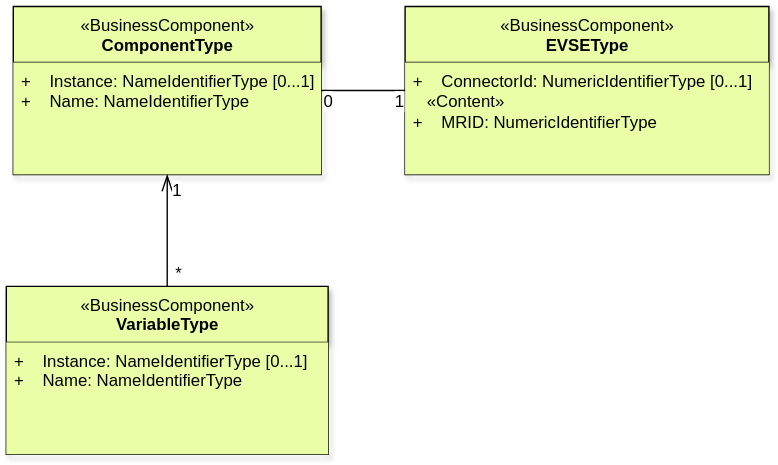
This is OCPP_2.0.1/images/figure_3.svg from phoi5675/ocpp-markdown, a draw.io export, as it was before one commit. Source tidied: cells renumbered, new cells last; positions are measured from the earlier drawing's top-left corner, leaving out a move shared by most shapes.
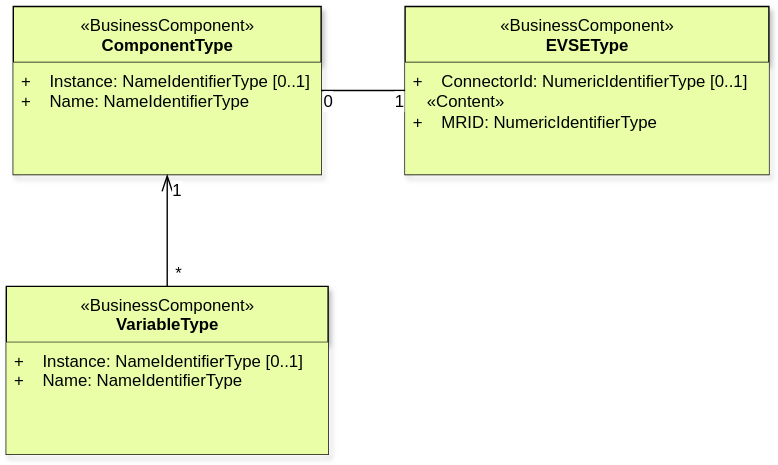
Later version of the same file.

What changed in the source:
```diff
@@ -5,19 +5,19 @@
     <mxCell id="2" value="&lt;font style=&quot;font-size: 12px;&quot;&gt;&lt;span style=&quot;background-color: initial; font-size: 12px;&quot;&gt;«BusinessComponent»&lt;br style=&quot;font-size: 12px;&quot;&gt;&lt;/span&gt;&lt;b style=&quot;font-size: 12px;&quot;&gt;ComponentType&lt;/b&gt;&lt;/font&gt;" style="swimlane;fontStyle=0;align=center;verticalAlign=top;horizontal=1;startSize=40;html=1;fillColor=#e9fea7;shadow=1;fontSize=12;" parent="1" vertex="1">
       <mxGeometry x="5" width="220" height="120" as="geometry" />
     </mxCell>
-    <mxCell id="3" value="+&amp;nbsp; &amp;nbsp; Instance: NameIdentifierType [0...1]&lt;br style=&quot;font-size: 12px;&quot;&gt;+&amp;nbsp; &amp;nbsp; Name: NameIdentifierType" style="text;html=1;strokeColor=none;fillColor=#e9fea7;align=left;verticalAlign=top;spacingLeft=4;spacingRight=4;overflow=hidden;points=[[0,0.5],[1,0.5]];portConstraint=eastwest;fontSize=12;" parent="2" vertex="1">
+    <mxCell id="3" value="+&amp;nbsp; &amp;nbsp; Instance: NameIdentifierType [0..1]&lt;br style=&quot;font-size: 12px;&quot;&gt;+&amp;nbsp; &amp;nbsp; Name: NameIdentifierType" style="text;html=1;strokeColor=none;fillColor=#e9fea7;align=left;verticalAlign=top;spacingLeft=4;spacingRight=4;overflow=hidden;points=[[0,0.5],[1,0.5]];portConstraint=eastwest;fontSize=12;" parent="2" vertex="1">
       <mxGeometry y="40" width="220" height="80" as="geometry" />
     </mxCell>
     <mxCell id="4" value="&lt;font style=&quot;font-size: 12px;&quot;&gt;&lt;span style=&quot;background-color: initial; font-size: 12px;&quot;&gt;«BusinessComponent»&lt;br style=&quot;font-size: 12px;&quot;&gt;&lt;/span&gt;&lt;b style=&quot;font-size: 12px;&quot;&gt;VariableType&lt;/b&gt;&lt;/font&gt;" style="swimlane;fontStyle=0;align=center;verticalAlign=top;horizontal=1;startSize=40;html=1;fillColor=#e9fea7;rounded=0;shadow=1;fontSize=12;" parent="1" vertex="1">
       <mxGeometry y="200" width="230" height="120" as="geometry" />
     </mxCell>
-    <mxCell id="5" value="+&amp;nbsp; &amp;nbsp; Instance: NameIdentifierType [0...1]&lt;br style=&quot;font-size: 12px;&quot;&gt;+&amp;nbsp; &amp;nbsp; Name: NameIdentifierType" style="text;html=1;strokeColor=none;fillColor=#e9fea7;align=left;verticalAlign=top;spacingLeft=4;spacingRight=4;overflow=hidden;fontSize=12;" parent="4" vertex="1">
+    <mxCell id="5" value="+&amp;nbsp; &amp;nbsp; Instance: NameIdentifierType [0..1]&lt;br style=&quot;font-size: 12px;&quot;&gt;+&amp;nbsp; &amp;nbsp; Name: NameIdentifierType" style="text;html=1;strokeColor=none;fillColor=#e9fea7;align=left;verticalAlign=top;spacingLeft=4;spacingRight=4;overflow=hidden;fontSize=12;" parent="4" vertex="1">
       <mxGeometry y="40" width="230" height="80" as="geometry" />
     </mxCell>
     <mxCell id="6" value="&lt;font style=&quot;font-size: 12px;&quot;&gt;&lt;span style=&quot;background-color: initial; font-size: 12px;&quot;&gt;«BusinessComponent»&lt;br style=&quot;font-size: 12px;&quot;&gt;&lt;/span&gt;&lt;b style=&quot;font-size: 12px;&quot;&gt;EVSEType&lt;/b&gt;&lt;/font&gt;" style="swimlane;fontStyle=0;align=center;verticalAlign=top;horizontal=1;startSize=40;html=1;fillColor=#e9fea7;shadow=1;fontSize=12;" parent="1" vertex="1">
       <mxGeometry x="285" width="260" height="120" as="geometry" />
     </mxCell>
-    <mxCell id="7" value="+&amp;nbsp; &amp;nbsp; ConnectorId: NumericIdentifierType [0...1]&lt;br style=&quot;font-size: 12px;&quot;&gt;&lt;span style=&quot;text-align: center; font-size: 12px;&quot;&gt;&amp;nbsp; &amp;nbsp;«Content»&lt;/span&gt;&lt;br style=&quot;font-size: 12px;&quot;&gt;+&amp;nbsp; &amp;nbsp; MRID: NumericIdentifierType" style="text;html=1;strokeColor=none;fillColor=#e9fea7;align=left;verticalAlign=top;spacingLeft=4;spacingRight=4;overflow=hidden;fontSize=12;" parent="6" vertex="1">
+    <mxCell id="7" value="+&amp;nbsp; &amp;nbsp; ConnectorId: NumericIdentifierType [0..1]&lt;br style=&quot;font-size: 12px;&quot;&gt;&lt;span style=&quot;text-align: center; font-size: 12px;&quot;&gt;&amp;nbsp; &amp;nbsp;«Content»&lt;/span&gt;&lt;br style=&quot;font-size: 12px;&quot;&gt;+&amp;nbsp; &amp;nbsp; MRID: NumericIdentifierType" style="text;html=1;strokeColor=none;fillColor=#e9fea7;align=left;verticalAlign=top;spacingLeft=4;spacingRight=4;overflow=hidden;fontSize=12;" parent="6" vertex="1">
       <mxGeometry y="40" width="260" height="80" as="geometry" />
     </mxCell>
     <mxCell id="8" style="edgeStyle=none;html=1;fontFamily=Helvetica;fontSize=12;endArrow=openThin;endFill=0;endSize=10;" parent="1" edge="1" source="4" target="3">
```
